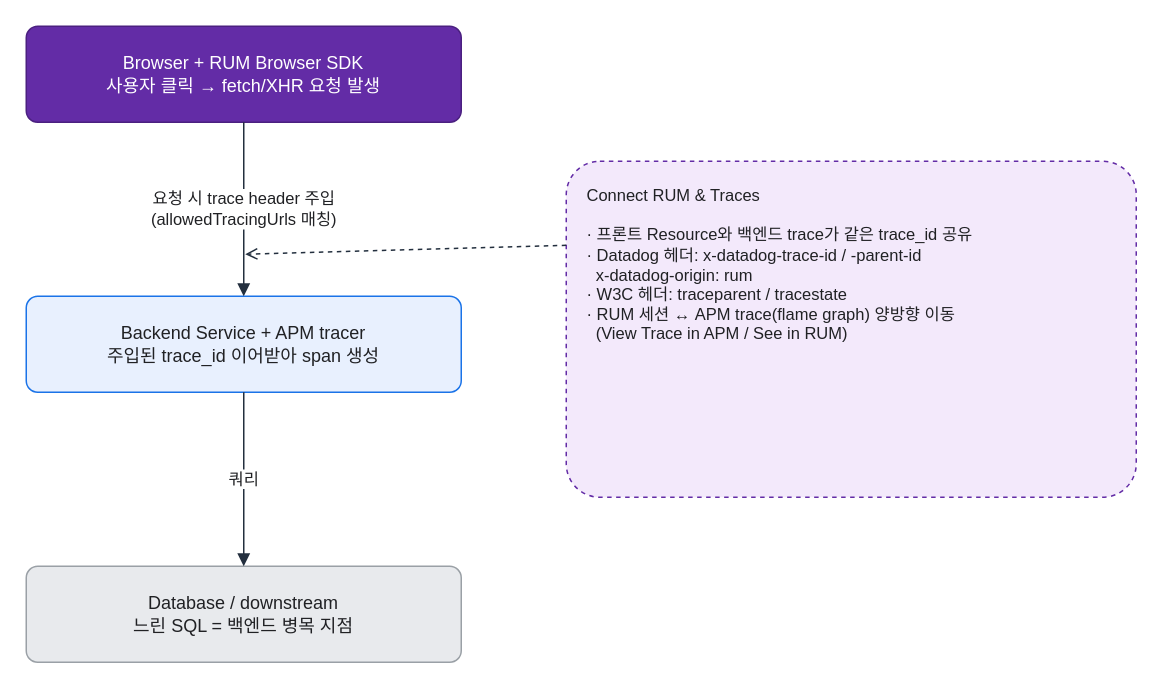
Above: assets/img/observability/datadog-rum-02-trace-linking.drawio in KKamJi98/kkamji98.github.io (draw.io), before the change. Source tidied: cells renumbered, new cells numbered last; positions are measured from the earlier drawing's top-left corner, leaving out a move shared by most shapes. Both pictures are drawn from the tidied source at 150%, with x=0, y=0 at pixel (26, 26).
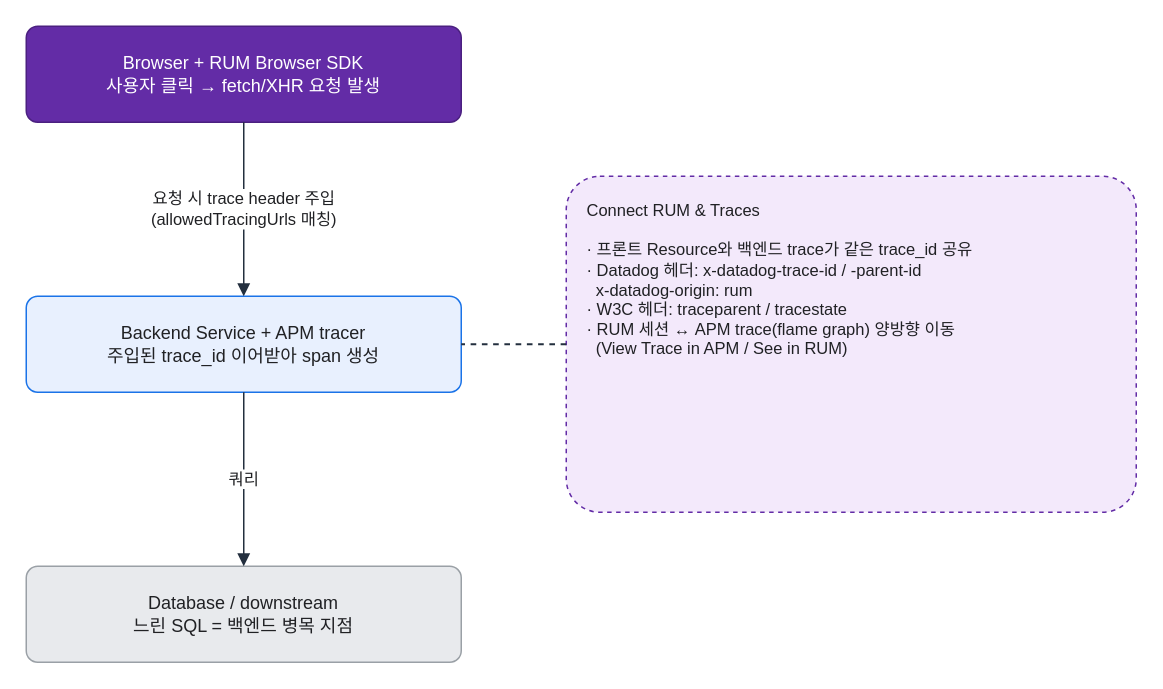
After the change.

Change to the diagram source:
```diff
@@
 <mxGraphModel background="#FFFFFF">
   <root>
     <mxCell id="0" />
     <mxCell id="1" parent="0" />
     <mxCell id="2" value="Browser + RUM Browser SDK&#10;사용자 클릭 → fetch/XHR 요청 발생" style="rounded=1;whiteSpace=wrap;html=1;arcSize=12;shadow=0;fillColor=#632CA6;strokeColor=#4B2080;fontColor=#FFFFFF;fontSize=12;verticalAlign=middle;" parent="1" vertex="1">
       <mxGeometry width="290" height="64" as="geometry" />
     </mxCell>
     <mxCell id="3" value="Backend Service + APM tracer&#10;주입된 trace_id 이어받아 span 생성" style="rounded=1;whiteSpace=wrap;html=1;arcSize=12;shadow=0;fillColor=#E8F0FE;strokeColor=#1A73E8;fontColor=#202124;fontSize=12;verticalAlign=middle;" parent="1" vertex="1">
       <mxGeometry y="180" width="290" height="64" as="geometry" />
     </mxCell>
     <mxCell id="4" value="Database / downstream&#10;느린 SQL = 백엔드 병목 지점" style="rounded=1;whiteSpace=wrap;html=1;arcSize=12;shadow=0;fillColor=#E8EAED;strokeColor=#9AA0A6;fontColor=#202124;fontSize=12;verticalAlign=middle;" parent="1" vertex="1">
       <mxGeometry y="360" width="290" height="64" as="geometry" />
     </mxCell>
     <mxCell id="5" value="Connect RUM &amp; Traces&#10;&#10;· 프론트 Resource와 백엔드 trace가 같은 trace_id 공유&#10;· Datadog 헤더: x-datadog-trace-id / -parent-id&#10;  x-datadog-origin: rum&#10;· W3C 헤더: traceparent / tracestate&#10;· RUM 세션 ↔ APM trace(flame graph) 양방향 이동&#10;  (View Trace in APM / See in RUM)" style="rounded=1;whiteSpace=wrap;html=1;arcSize=10;shadow=0;fillColor=#F3E9FB;strokeColor=#632CA6;fontColor=#202124;fontSize=11;align=left;verticalAlign=top;spacingLeft=12;spacingTop=10;dashed=1;" parent="1" vertex="1">
-      <mxGeometry x="360" y="90" width="380" height="224" as="geometry" />
+      <mxGeometry x="360" y="100" width="380" height="224" as="geometry" />
     </mxCell>
     <mxCell id="6" value="요청 시 trace header 주입&#10;(allowedTracingUrls 매칭)" style="edgeStyle=orthogonalEdgeStyle;rounded=0;html=1;exitX=0.5;exitY=1;entryX=0.5;entryY=0;strokeColor=#232F3E;endArrow=block;fontColor=#202124;labelBackgroundColor=#FFFFFF;" parent="1" edge="1" source="2" target="3">
       <mxGeometry relative="1" as="geometry" />
     </mxCell>
     <mxCell id="7" value="쿼리" style="edgeStyle=orthogonalEdgeStyle;rounded=0;html=1;exitX=0.5;exitY=1;entryX=0.5;entryY=0;strokeColor=#232F3E;endArrow=block;fontColor=#202124;labelBackgroundColor=#FFFFFF;" parent="1" edge="1" source="3" target="4">
       <mxGeometry relative="1" as="geometry" />
     </mxCell>
-    <mxCell id="8" style="edgeStyle=none;rounded=0;html=1;exitX=0;exitY=0.25;strokeColor=#232F3E;endArrow=open;startArrow=none;dashed=1;labelBackgroundColor=none;" parent="1" edge="1" source="5">
-      <mxGeometry relative="1" as="geometry">
-        <mxPoint x="146" y="152" as="targetPoint" />
-      </mxGeometry>
+    <mxCell id="8" style="edgeStyle=orthogonalEdgeStyle;rounded=0;html=1;exitX=0;exitY=0.5;entryX=1;entryY=0.5;strokeWidth=1.25;strokeColor=#232F3E;endArrow=none;startArrow=none;dashed=1;labelBackgroundColor=none;" parent="1" edge="1" source="5" target="3">
+      <mxGeometry relative="1" as="geometry" />
     </mxCell>
   </root>
 </mxGraphModel>
```
